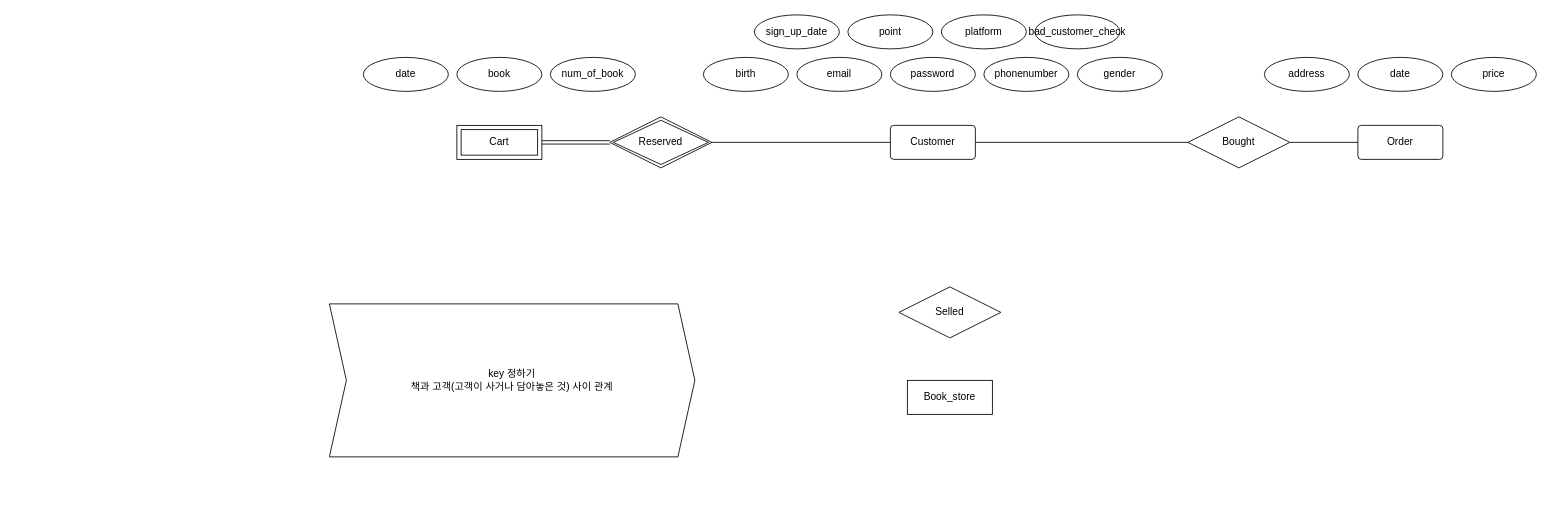
The draw.io diagram bookstore_ER_Model.drawio in seongkyu-lim/springStudyCode, before the edit. Source tidied: cells renumbered, new cells numbered last; positions are measured from the earlier drawing's top-left corner, leaving out a move shared by most shapes. Both pictures are drawn from the tidied source at 85%, with x=0, y=0 at pixel (329, 14).
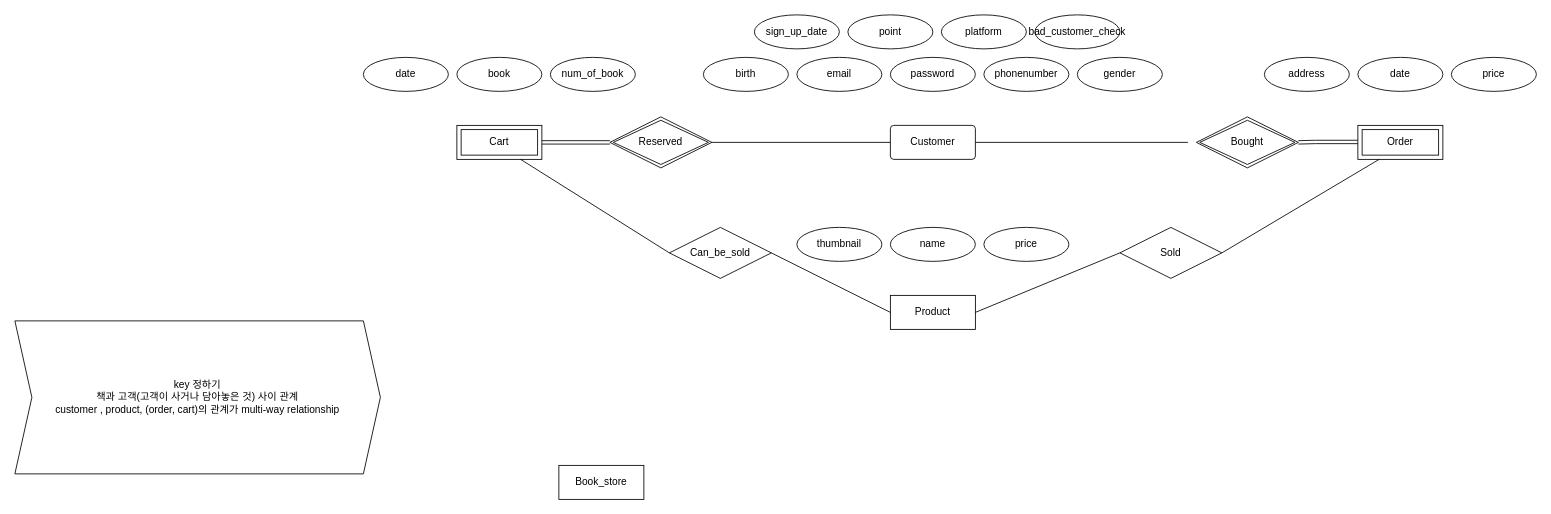
After the change.

Commit message:
[Add] entity : product

The change refers to these unchanged cells:
```xml
<mxCell id="4" value="Customer" style="rounded=1;arcSize=10;whiteSpace=wrap;html=1;align=center;" parent="1" vertex="1">
  <mxGeometry x="660" y="130" width="100" height="40" as="geometry" />
</mxCell>
<mxCell id="18" value="Cart" style="shape=ext;margin=3;double=1;whiteSpace=wrap;html=1;align=center;" parent="1" vertex="1">
  <mxGeometry x="150" y="130" width="100" height="40" as="geometry" />
</mxCell>
```

Diff of the diagram source:
```diff
@@
-    <mxCell id="2" value="Selled" style="shape=rhombus;perimeter=rhombusPerimeter;whiteSpace=wrap;html=1;align=center;" parent="1" vertex="1">
-      <mxGeometry x="670" y="320" width="120" height="60" as="geometry" />
+    <mxCell id="2" value="Sold" style="shape=rhombus;perimeter=rhombusPerimeter;whiteSpace=wrap;html=1;align=center;" parent="1" vertex="1">
+      <mxGeometry x="930" y="250" width="120" height="60" as="geometry" />
     </mxCell>
-    <mxCell id="3" value="Bought" style="shape=rhombus;perimeter=rhombusPerimeter;whiteSpace=wrap;html=1;align=center;" parent="1" vertex="1">
-      <mxGeometry x="1010" y="120" width="120" height="60" as="geometry" />
-    </mxCell>
@@
-    <mxCell id="14" value="Order" style="rounded=1;arcSize=10;whiteSpace=wrap;html=1;align=center;" parent="1" vertex="1">
-      <mxGeometry x="1210" y="130" width="100" height="40" as="geometry" />
-    </mxCell>
-    <mxCell id="15" style="endArrow=none;html=1;entryX=0;entryY=0.5;entryDx=0;entryDy=0;exitX=1;exitY=0.5;exitDx=0;exitDy=0;" parent="1" edge="1" source="4" target="3">
-      <mxGeometry relative="1" as="geometry" />
+    <mxCell id="15" style="endArrow=none;html=1;entryX=0;entryY=0.5;entryDx=0;entryDy=0;exitX=1;exitY=0.5;exitDx=0;exitDy=0;" parent="1" edge="1" source="4">
+      <mxGeometry relative="1" as="geometry">
+        <mxPoint x="1010" y="150" as="targetPoint" />
+      </mxGeometry>
     </mxCell>
-    <mxCell id="16" style="endArrow=none;html=1;entryX=0;entryY=0.5;entryDx=0;entryDy=0;exitX=1;exitY=0.5;exitDx=0;exitDy=0;" parent="1" edge="1" source="3" target="14">
-      <mxGeometry relative="1" as="geometry" />
-    </mxCell>
@@
     <mxCell id="27" value="Book_store" style="whiteSpace=wrap;html=1;align=center;" parent="1" vertex="1">
-      <mxGeometry x="680" y="430" width="100" height="40" as="geometry" />
+      <mxGeometry x="270" y="530" width="100" height="40" as="geometry" />
     </mxCell>
-    <mxCell id="28" value="key 정하기&lt;br&gt;책과 고객(고객이 사거나 담아놓은 것) 사이 관계" style="shape=step;perimeter=stepPerimeter;whiteSpace=wrap;html=1;fixedSize=1;" parent="1" vertex="1">
-      <mxGeometry y="340" width="430" height="180" as="geometry" />
+    <mxCell id="28" value="key 정하기&lt;br&gt;책과 고객(고객이 사거나 담아놓은 것) 사이 관계&lt;br&gt;customer , product, (order, cart)의 관계가 multi-way relationship" style="shape=step;perimeter=stepPerimeter;whiteSpace=wrap;html=1;fixedSize=1;" parent="1" vertex="1">
+      <mxGeometry x="-370" y="360" width="430" height="180" as="geometry" />
     </mxCell>
+    <mxCell id="29" value="Product" style="whiteSpace=wrap;html=1;align=center;" parent="1" vertex="1">
+      <mxGeometry x="660" y="330" width="100" height="40" as="geometry" />
+    </mxCell>
+    <mxCell id="3" value="Bought" style="shape=rhombus;double=1;perimeter=rhombusPerimeter;whiteSpace=wrap;html=1;align=center;" parent="1" vertex="1">
+      <mxGeometry x="1020" y="120" width="120" height="60" as="geometry" />
+    </mxCell>
+    <mxCell id="14" value="Order" style="shape=ext;margin=3;double=1;whiteSpace=wrap;html=1;align=center;" parent="1" vertex="1">
+      <mxGeometry x="1210" y="130" width="100" height="40" as="geometry" />
+    </mxCell>
+    <mxCell id="30" style="shape=link;html=1;exitX=1;exitY=0.5;exitDx=0;exitDy=0;" parent="1" edge="1" source="3">
+      <mxGeometry relative="1" as="geometry">
+        <mxPoint x="1210" y="149.5" as="targetPoint" />
+        <Array as="points">
+          <mxPoint x="1160" y="149.5" />
+        </Array>
+      </mxGeometry>
+    </mxCell>
+    <mxCell id="31" style="endArrow=none;html=1;exitX=1;exitY=0.5;exitDx=0;exitDy=0;entryX=0;entryY=0.5;entryDx=0;entryDy=0;" parent="1" edge="1" source="29" target="2">
+      <mxGeometry relative="1" as="geometry" />
+    </mxCell>
+    <mxCell id="32" style="endArrow=none;html=1;entryX=0.25;entryY=1;entryDx=0;entryDy=0;exitX=1;exitY=0.5;exitDx=0;exitDy=0;" parent="1" edge="1" source="2" target="14">
+      <mxGeometry relative="1" as="geometry" />
+    </mxCell>
+    <mxCell id="33" value="price" style="ellipse;whiteSpace=wrap;html=1;align=center;" parent="1" vertex="1">
+      <mxGeometry x="770" y="250" width="100" height="40" as="geometry" />
+    </mxCell>
+    <mxCell id="34" value="name" style="ellipse;whiteSpace=wrap;html=1;align=center;" parent="1" vertex="1">
+      <mxGeometry x="660" y="250" width="100" height="40" as="geometry" />
+    </mxCell>
+    <mxCell id="35" value="thumbnail" style="ellipse;whiteSpace=wrap;html=1;align=center;" parent="1" vertex="1">
+      <mxGeometry x="550" y="250" width="100" height="40" as="geometry" />
+    </mxCell>
+    <mxCell id="36" value="Can_be_sold" style="shape=rhombus;perimeter=rhombusPerimeter;whiteSpace=wrap;html=1;align=center;" parent="1" vertex="1">
+      <mxGeometry x="400" y="250" width="120" height="60" as="geometry" />
+    </mxCell>
+    <mxCell id="37" style="endArrow=none;html=1;exitX=0.75;exitY=1;exitDx=0;exitDy=0;entryX=0;entryY=0.5;entryDx=0;entryDy=0;" parent="1" edge="1" source="18" target="36">
+      <mxGeometry relative="1" as="geometry" />
+    </mxCell>
+    <mxCell id="38" style="endArrow=none;html=1;exitX=1;exitY=0.5;exitDx=0;exitDy=0;entryX=0;entryY=0.5;entryDx=0;entryDy=0;" parent="1" edge="1" source="36" target="29">
+      <mxGeometry relative="1" as="geometry" />
+    </mxCell>
```
